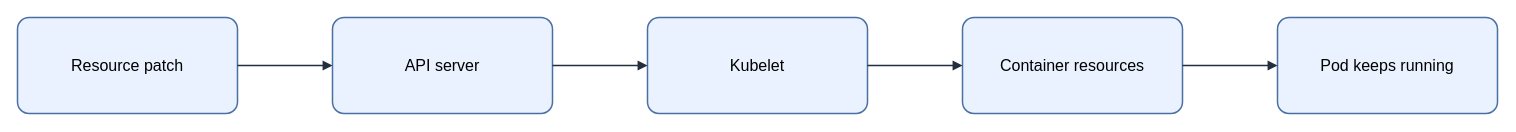
Above: assets/img/kubernetes/in-place-pod-resource-resize.drawio in KKamJi98/kkamji98.github.io (draw.io), before the change. Source tidied: cells renumbered, new cells numbered last; positions are measured from the earlier drawing's top-left corner, leaving out a move shared by most shapes. Both pictures are drawn from the tidied source at 100%, with x=0, y=0 at pixel (17, 17).
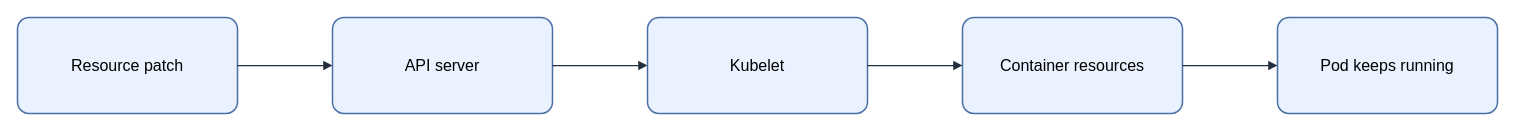
The same diagram, later.

Change to the diagram source:
```diff
@@
 <mxGraphModel background="#FFFFFF">
   <root>
     <mxCell id="0" />
     <mxCell id="1" parent="0" />
-    <mxCell id="2" value="&lt;font style=&quot;color: rgb(0, 0, 0);&quot;&gt;Resource patch&lt;/font&gt;" style="rounded=1;arcSize=12;whiteSpace=wrap;html=1;fillColor=#EAF2FF;strokeColor=#4A6FA5;strokeWidth=1.5;fontColor=#000000;fontSize=16;align=center;verticalAlign=middle;spacing=8;shadow=0;" parent="1" vertex="1">
+    <mxCell id="2" value="Resource patch" style="rounded=1;arcSize=12;whiteSpace=wrap;html=0;fillColor=#EAF2FF;strokeColor=#4A6FA5;strokeWidth=1.5;fontColor=#000000;fontSize=16;align=center;verticalAlign=middle;spacing=8;shadow=0;" parent="1" vertex="1">
       <mxGeometry width="220" height="96" as="geometry" />
     </mxCell>
-    <mxCell id="3" value="&lt;font style=&quot;color: rgb(0, 0, 0);&quot;&gt;API server&lt;/font&gt;" style="rounded=1;arcSize=12;whiteSpace=wrap;html=1;fillColor=#EAF2FF;strokeColor=#4A6FA5;strokeWidth=1.5;fontColor=#000000;fontSize=16;align=center;verticalAlign=middle;spacing=8;shadow=0;" parent="1" vertex="1">
+    <mxCell id="3" value="API server" style="rounded=1;arcSize=12;whiteSpace=wrap;html=0;fillColor=#EAF2FF;strokeColor=#4A6FA5;strokeWidth=1.5;fontColor=#000000;fontSize=16;align=center;verticalAlign=middle;spacing=8;shadow=0;" parent="1" vertex="1">
       <mxGeometry x="315" width="220" height="96" as="geometry" />
     </mxCell>
-    <mxCell id="4" value="&lt;font style=&quot;color: rgb(0, 0, 0);&quot;&gt;Kubelet&lt;/font&gt;" style="rounded=1;arcSize=12;whiteSpace=wrap;html=1;fillColor=#EAF2FF;strokeColor=#4A6FA5;strokeWidth=1.5;fontColor=#000000;fontSize=16;align=center;verticalAlign=middle;spacing=8;shadow=0;" parent="1" vertex="1">
+    <mxCell id="4" value="Kubelet" style="rounded=1;arcSize=12;whiteSpace=wrap;html=0;fillColor=#EAF2FF;strokeColor=#4A6FA5;strokeWidth=1.5;fontColor=#000000;fontSize=16;align=center;verticalAlign=middle;spacing=8;shadow=0;" parent="1" vertex="1">
       <mxGeometry x="630" width="220" height="96" as="geometry" />
     </mxCell>
-    <mxCell id="5" value="&lt;font style=&quot;color: rgb(0, 0, 0);&quot;&gt;Container resources&lt;/font&gt;" style="rounded=1;arcSize=12;whiteSpace=wrap;html=1;fillColor=#EAF2FF;strokeColor=#4A6FA5;strokeWidth=1.5;fontColor=#000000;fontSize=16;align=center;verticalAlign=middle;spacing=8;shadow=0;" parent="1" vertex="1">
+    <mxCell id="5" value="Container resources" style="rounded=1;arcSize=12;whiteSpace=wrap;html=0;fillColor=#EAF2FF;strokeColor=#4A6FA5;strokeWidth=1.5;fontColor=#000000;fontSize=16;align=center;verticalAlign=middle;spacing=8;shadow=0;" parent="1" vertex="1">
       <mxGeometry x="945" width="220" height="96" as="geometry" />
     </mxCell>
-    <mxCell id="6" value="&lt;font style=&quot;color: rgb(0, 0, 0);&quot;&gt;Pod keeps running&lt;/font&gt;" style="rounded=1;arcSize=12;whiteSpace=wrap;html=1;fillColor=#EAF2FF;strokeColor=#4A6FA5;strokeWidth=1.5;fontColor=#000000;fontSize=16;align=center;verticalAlign=middle;spacing=8;shadow=0;" parent="1" vertex="1">
+    <mxCell id="6" value="Pod keeps running" style="rounded=1;arcSize=12;whiteSpace=wrap;html=0;fillColor=#EAF2FF;strokeColor=#4A6FA5;strokeWidth=1.5;fontColor=#000000;fontSize=16;align=center;verticalAlign=middle;spacing=8;shadow=0;" parent="1" vertex="1">
       <mxGeometry x="1260" width="220" height="96" as="geometry" />
     </mxCell>
-    <mxCell id="7" style="edgeStyle=orthogonalEdgeStyle;rounded=0;jettySize=auto;html=1;endArrow=block;endFill=1;strokeColor=#232F3E;strokeWidth=1.5;fontColor=#000000;labelBackgroundColor=none;exitX=1;exitY=0.5;exitDx=0;exitDy=0;entryX=0;entryY=0.5;entryDx=0;entryDy=0;" parent="1" edge="1" source="2" target="3">
+    <mxCell id="7" style="edgeStyle=orthogonalEdgeStyle;rounded=0;jettySize=auto;html=0;endArrow=block;endFill=1;strokeColor=#232F3E;strokeWidth=1.25;fontColor=#000000;labelBackgroundColor=none;exitX=1;exitY=0.5;exitDx=0;exitDy=0;entryX=0;entryY=0.5;entryDx=0;entryDy=0;" parent="1" edge="1" source="2" target="3">
       <mxGeometry relative="1" as="geometry" />
     </mxCell>
-    <mxCell id="8" style="edgeStyle=orthogonalEdgeStyle;rounded=0;jettySize=auto;html=1;endArrow=block;endFill=1;strokeColor=#232F3E;strokeWidth=1.5;fontColor=#000000;labelBackgroundColor=none;exitX=1;exitY=0.5;exitDx=0;exitDy=0;entryX=0;entryY=0.5;entryDx=0;entryDy=0;" parent="1" edge="1" source="3" target="4">
+    <mxCell id="8" style="edgeStyle=orthogonalEdgeStyle;rounded=0;jettySize=auto;html=0;endArrow=block;endFill=1;strokeColor=#232F3E;strokeWidth=1.25;fontColor=#000000;labelBackgroundColor=none;exitX=1;exitY=0.5;exitDx=0;exitDy=0;entryX=0;entryY=0.5;entryDx=0;entryDy=0;" parent="1" edge="1" source="3" target="4">
       <mxGeometry relative="1" as="geometry" />
     </mxCell>
-    <mxCell id="9" style="edgeStyle=orthogonalEdgeStyle;rounded=0;jettySize=auto;html=1;endArrow=block;endFill=1;strokeColor=#232F3E;strokeWidth=1.5;fontColor=#000000;labelBackgroundColor=none;exitX=1;exitY=0.5;exitDx=0;exitDy=0;entryX=0;entryY=0.5;entryDx=0;entryDy=0;" parent="1" edge="1" source="4" target="5">
+    <mxCell id="9" style="edgeStyle=orthogonalEdgeStyle;rounded=0;jettySize=auto;html=0;endArrow=block;endFill=1;strokeColor=#232F3E;strokeWidth=1.25;fontColor=#000000;labelBackgroundColor=none;exitX=1;exitY=0.5;exitDx=0;exitDy=0;entryX=0;entryY=0.5;entryDx=0;entryDy=0;" parent="1" edge="1" source="4" target="5">
       <mxGeometry relative="1" as="geometry" />
     </mxCell>
-    <mxCell id="10" style="edgeStyle=orthogonalEdgeStyle;rounded=0;jettySize=auto;html=1;endArrow=block;endFill=1;strokeColor=#232F3E;strokeWidth=1.5;fontColor=#000000;labelBackgroundColor=none;exitX=1;exitY=0.5;exitDx=0;exitDy=0;entryX=0;entryY=0.5;entryDx=0;entryDy=0;" parent="1" edge="1" source="5" target="6">
+    <mxCell id="10" style="edgeStyle=orthogonalEdgeStyle;rounded=0;jettySize=auto;html=0;endArrow=block;endFill=1;strokeColor=#232F3E;strokeWidth=1.25;fontColor=#000000;labelBackgroundColor=none;exitX=1;exitY=0.5;exitDx=0;exitDy=0;entryX=0;entryY=0.5;entryDx=0;entryDy=0;" parent="1" edge="1" source="5" target="6">
       <mxGeometry relative="1" as="geometry" />
     </mxCell>
   </root>
 </mxGraphModel>
```
